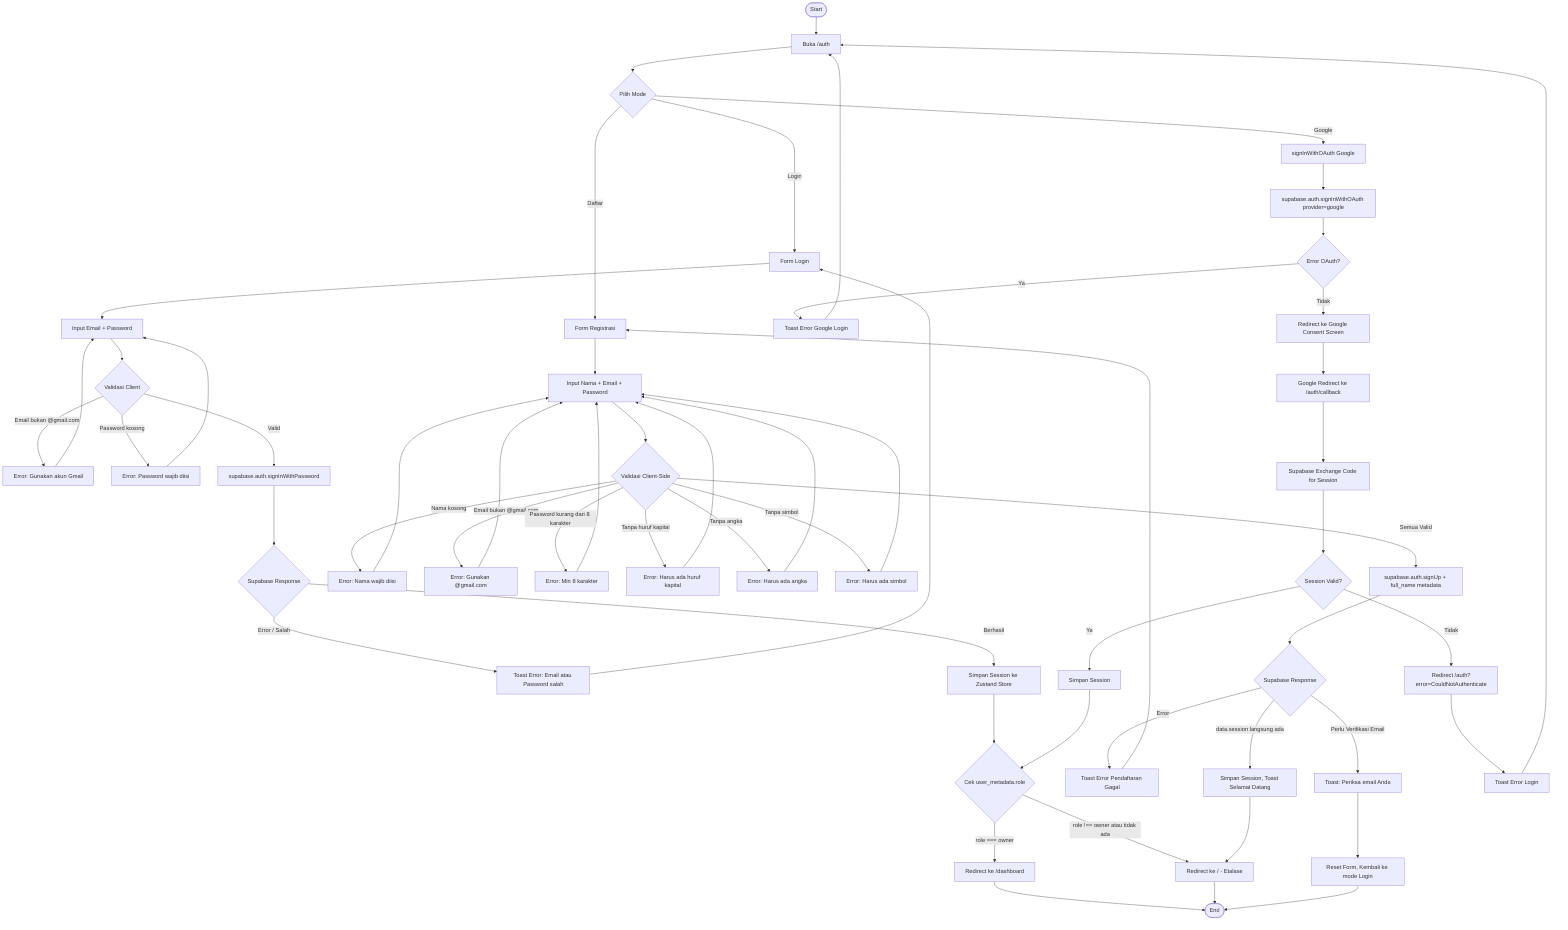
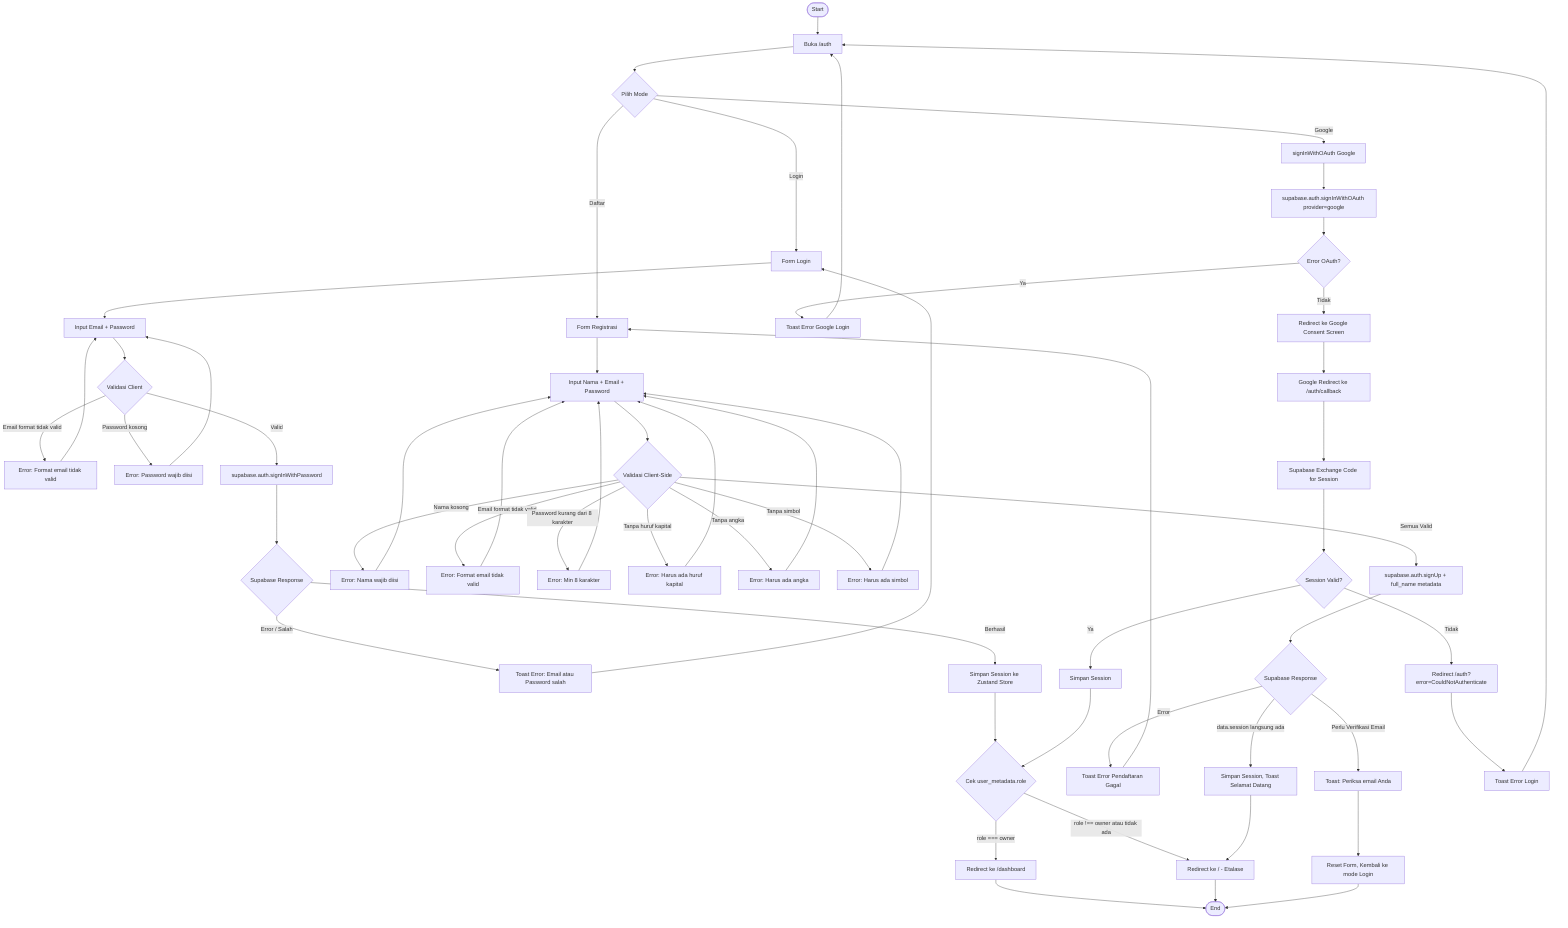
flowchart TD
    A([Start]) --> B[Buka /auth]
    B --> C{Pilih Mode}
    C -->|Login| D[Form Login]
    C -->|Daftar| E[Form Registrasi]
    C -->|Google| F[signInWithOAuth Google]

    %% LOGIN FLOW
    D --> G[Input Email + Password]
    G --> H{Validasi Client}
-     H -->|Email bukan @gmail.com| I[Error: Gunakan akun Gmail]
+     H -->|Email format tidak valid| I[Error: Format email tidak valid]
    H -->|Password kosong| J[Error: Password wajib diisi]
    I --> G
    J --> G
    H -->|Valid| K[supabase.auth.signInWithPassword]
    K --> L{Supabase Response}
    L -->|Error / Salah| M[Toast Error: Email atau Password salah]
    M --> D
    L -->|Berhasil| N[Simpan Session ke Zustand Store]
    N --> O{Cek user_metadata.role}
    O -->|role === owner| P[Redirect ke /dashboard]
    O -->|role !== owner atau tidak ada| Q[Redirect ke / - Etalase]

    %% REGISTER FLOW
    E --> R[Input Nama + Email + Password]
    R --> S{Validasi Client-Side}
    S -->|Nama kosong| T[Error: Nama wajib diisi]
-     S -->|Email bukan @gmail.com| U[Error: Gunakan @gmail.com]
+     S -->|Email format tidak valid| U[Error: Format email tidak valid]
    S -->|Password kurang dari 8 karakter| V[Error: Min 8 karakter]
    S -->|Tanpa huruf kapital| W[Error: Harus ada huruf kapital]
    S -->|Tanpa angka| X[Error: Harus ada angka]
    S -->|Tanpa simbol| Y[Error: Harus ada simbol]
    T --> R
    U --> R
    V --> R
    W --> R
    X --> R
    Y --> R
    S -->|Semua Valid| Z[supabase.auth.signUp + full_name metadata]
    Z --> AA{Supabase Response}
    AA -->|Error| AB[Toast Error Pendaftaran Gagal]
    AB --> E
    AA -->|data.session langsung ada| AC[Simpan Session, Toast Selamat Datang]
    AC --> Q
    AA -->|Perlu Verifikasi Email| AD[Toast: Periksa email Anda]
    AD --> AE[Reset Form, Kembali ke mode Login]

    %% GOOGLE OAUTH FLOW
    F --> AF[supabase.auth.signInWithOAuth provider=google]
    AF --> AG{Error OAuth?}
    AG -->|Ya| AH[Toast Error Google Login]
    AH --> B
    AG -->|Tidak| AI[Redirect ke Google Consent Screen]
    AI --> AJ[Google Redirect ke /auth/callback]
    AJ --> AK[Supabase Exchange Code for Session]
    AK --> AL{Session Valid?}
    AL -->|Tidak| AM[Redirect /auth?error=CouldNotAuthenticate]
    AM --> AN[Toast Error Login]
    AN --> B
    AL -->|Ya| AO[Simpan Session]
    AO --> O

    %% Menambahkan oval End pada titik akhir
    P --> Z_END([End])
    Q --> Z_END([End])
    AE --> Z_END([End])
